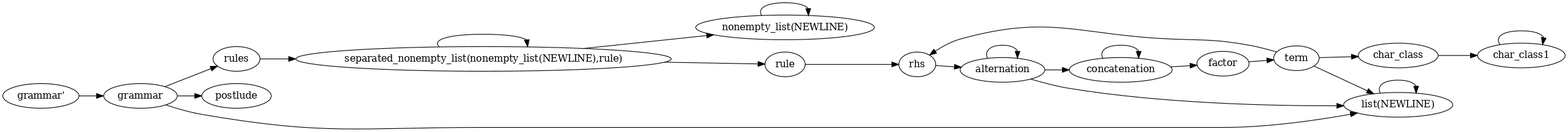
The Graphviz diagram sentenceParser.png in meta-introspector/gbnf-nice-parser, before a commit. Its source is kept beside it as lib/sentenceParser.dot.
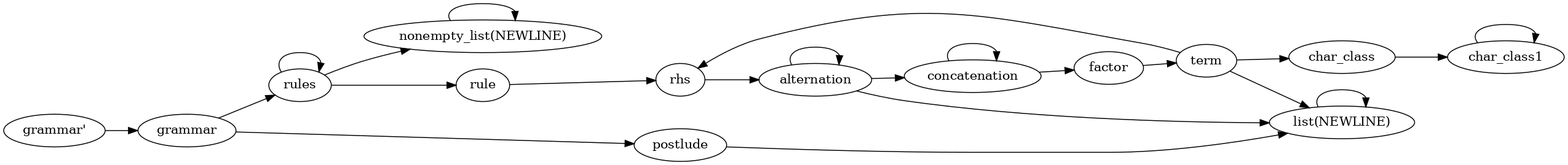
After the commit.

What changed in the source:
```diff
@@ -4,41 +4,39 @@
 ratio = compress;
 nt0 [ label="grammar'" ] ;
 nt1 [ label="term" ] ;
-nt2 [ label="separated_nonempty_list(nonempty_list(NEWLINE),rule)" ] ;
-nt3 [ label="rules" ] ;
-nt4 [ label="rule" ] ;
-nt5 [ label="rhs" ] ;
-nt6 [ label="postlude" ] ;
-nt7 [ label="nonempty_list(NEWLINE)" ] ;
-nt8 [ label="list(NEWLINE)" ] ;
-nt9 [ label="grammar" ] ;
-nt10 [ label="factor" ] ;
-nt11 [ label="concatenation" ] ;
-nt12 [ label="char_class1" ] ;
-nt13 [ label="char_class" ] ;
-nt14 [ label="alternation" ] ;
-nt0 -> nt9 [ label="" ] ;
-nt1 -> nt5 [ label="" ] ;
-nt1 -> nt8 [ label="" ] ;
-nt1 -> nt13 [ label="" ] ;
+nt2 [ label="rules" ] ;
+nt3 [ label="rule" ] ;
+nt4 [ label="rhs" ] ;
+nt5 [ label="postlude" ] ;
+nt6 [ label="nonempty_list(NEWLINE)" ] ;
+nt7 [ label="list(NEWLINE)" ] ;
+nt8 [ label="grammar" ] ;
+nt9 [ label="factor" ] ;
+nt10 [ label="concatenation" ] ;
+nt11 [ label="char_class1" ] ;
+nt12 [ label="char_class" ] ;
+nt13 [ label="alternation" ] ;
+nt0 -> nt8 [ label="" ] ;
+nt1 -> nt4 [ label="" ] ;
+nt1 -> nt7 [ label="" ] ;
+nt1 -> nt12 [ label="" ] ;
 nt2 -> nt2 [ label="" ] ;
-nt2 -> nt4 [ label="" ] ;
-nt2 -> nt7 [ label="" ] ;
-nt3 -> nt2 [ label="" ] ;
-nt4 -> nt5 [ label="" ] ;
-nt5 -> nt14 [ label="" ] ;
+nt2 -> nt3 [ label="" ] ;
+nt2 -> nt6 [ label="" ] ;
+nt3 -> nt4 [ label="" ] ;
+nt4 -> nt13 [ label="" ] ;
+nt5 -> nt7 [ label="" ] ;
+nt6 -> nt6 [ label="" ] ;
 nt7 -> nt7 [ label="" ] ;
-nt8 -> nt8 [ label="" ] ;
-nt9 -> nt3 [ label="" ] ;
-nt9 -> nt6 [ label="" ] ;
-nt9 -> nt8 [ label="" ] ;
-nt10 -> nt1 [ label="" ] ;
-nt11 -> nt10 [ label="" ] ;
+nt8 -> nt2 [ label="" ] ;
+nt8 -> nt5 [ label="" ] ;
+nt9 -> nt1 [ label="" ] ;
+nt10 -> nt9 [ label="" ] ;
+nt10 -> nt10 [ label="" ] ;
 nt11 -> nt11 [ label="" ] ;
-nt12 -> nt12 [ label="" ] ;
-nt13 -> nt12 [ label="" ] ;
-nt14 -> nt8 [ label="" ] ;
-nt14 -> nt11 [ label="" ] ;
-nt14 -> nt14 [ label="" ] ;
+nt12 -> nt11 [ label="" ] ;
+nt13 -> nt7 [ label="" ] ;
+nt13 -> nt10 [ label="" ] ;
+nt13 -> nt13 [ label="" ] ;
 
 }
```
